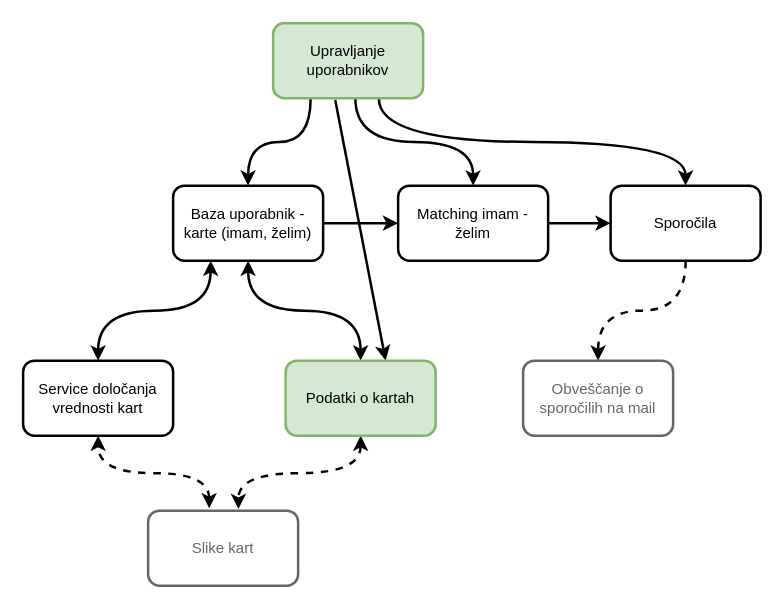
The draw.io diagram shema.drawio in RSO-Project2020/service-overview, before the edit. Source tidied: cells renumbered, new cells numbered last; positions are measured from the earlier drawing's top-left corner, leaving out a move shared by most shapes. Both pictures are drawn from the tidied source at 125%, with x=0, y=0 at pixel (22, 22).
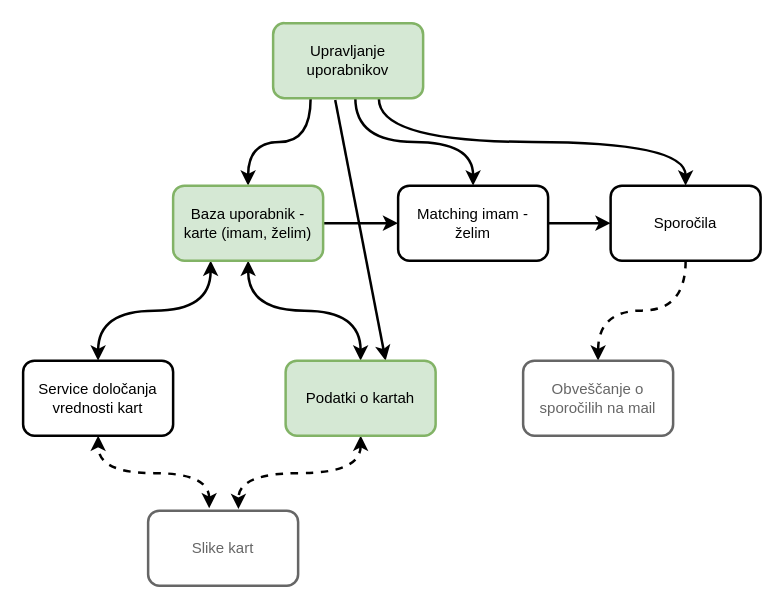
The same page after the edit.

Diff of the diagram source:
```diff
@@
-    <mxCell id="15" value="Baza uporabnik - karte (imam, želim)" style="rounded=1;whiteSpace=wrap;html=1;strokeWidth=2;" parent="1" vertex="1">
+    <mxCell id="15" value="Baza uporabnik - karte (imam, želim)" style="rounded=1;whiteSpace=wrap;html=1;strokeWidth=2;fillColor=#d5e8d4;strokeColor=#82b366;" parent="1" vertex="1">
       <mxGeometry x="120" y="130" width="120" height="60" as="geometry" />
     </mxCell>
```
